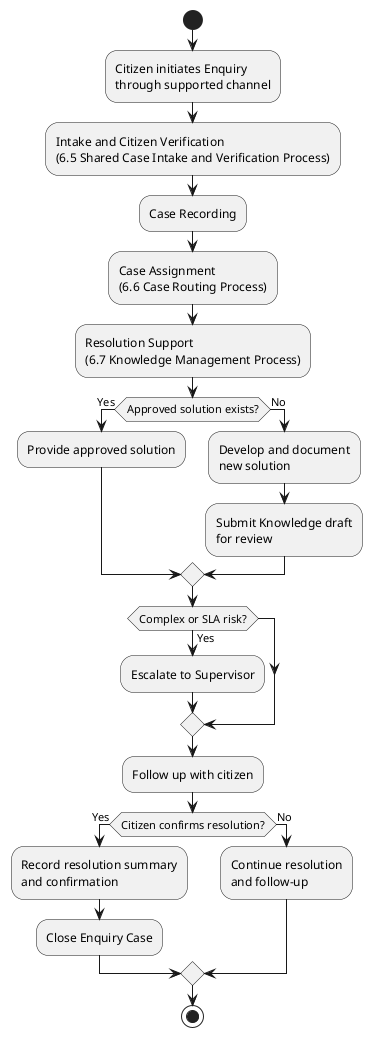
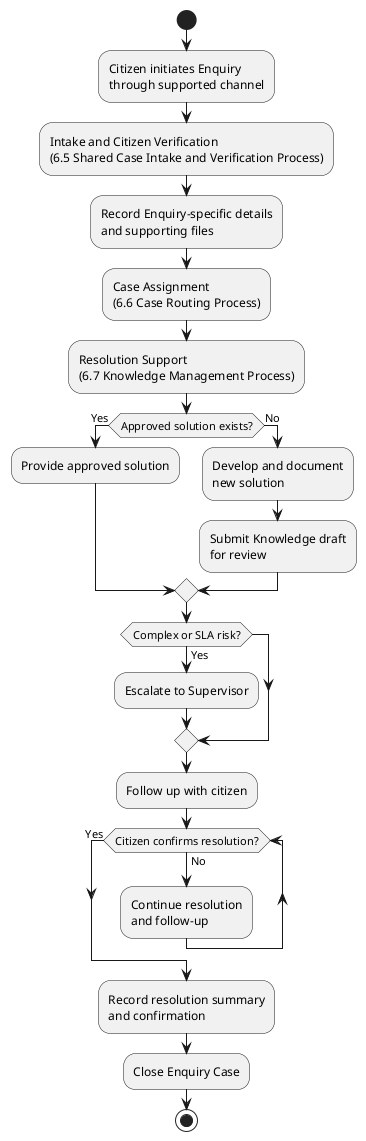
@startuml
start

:Citizen initiates Enquiry
through supported channel;
:Intake and Citizen Verification
(6.5 Shared Case Intake and Verification Process);
- :Case Recording;
+ :Record Enquiry-specific details
+ and supporting files;
:Case Assignment
(6.6 Case Routing Process);
:Resolution Support
(6.7 Knowledge Management Process);

if (Approved solution exists?) then (Yes)
  :Provide approved solution;
else (No)
  :Develop and document
new solution;
  :Submit Knowledge draft
for review;
endif

if (Complex or SLA risk?) then (Yes)
  :Escalate to Supervisor;
endif

- :Follow up with citizen;
- 
- if (Citizen confirms resolution?) then (Yes)
-   :Record resolution summary
- and confirmation;
-   :Close Enquiry Case;
- else (No)
+  :Follow up with citizen;
+ while (Citizen confirms resolution?) is (No)
  :Continue resolution
and follow-up;
- endif
+ endwhile (Yes)
+ 
+ :Record resolution summary
+ and confirmation;
+ :Close Enquiry Case;

stop
@enduml
